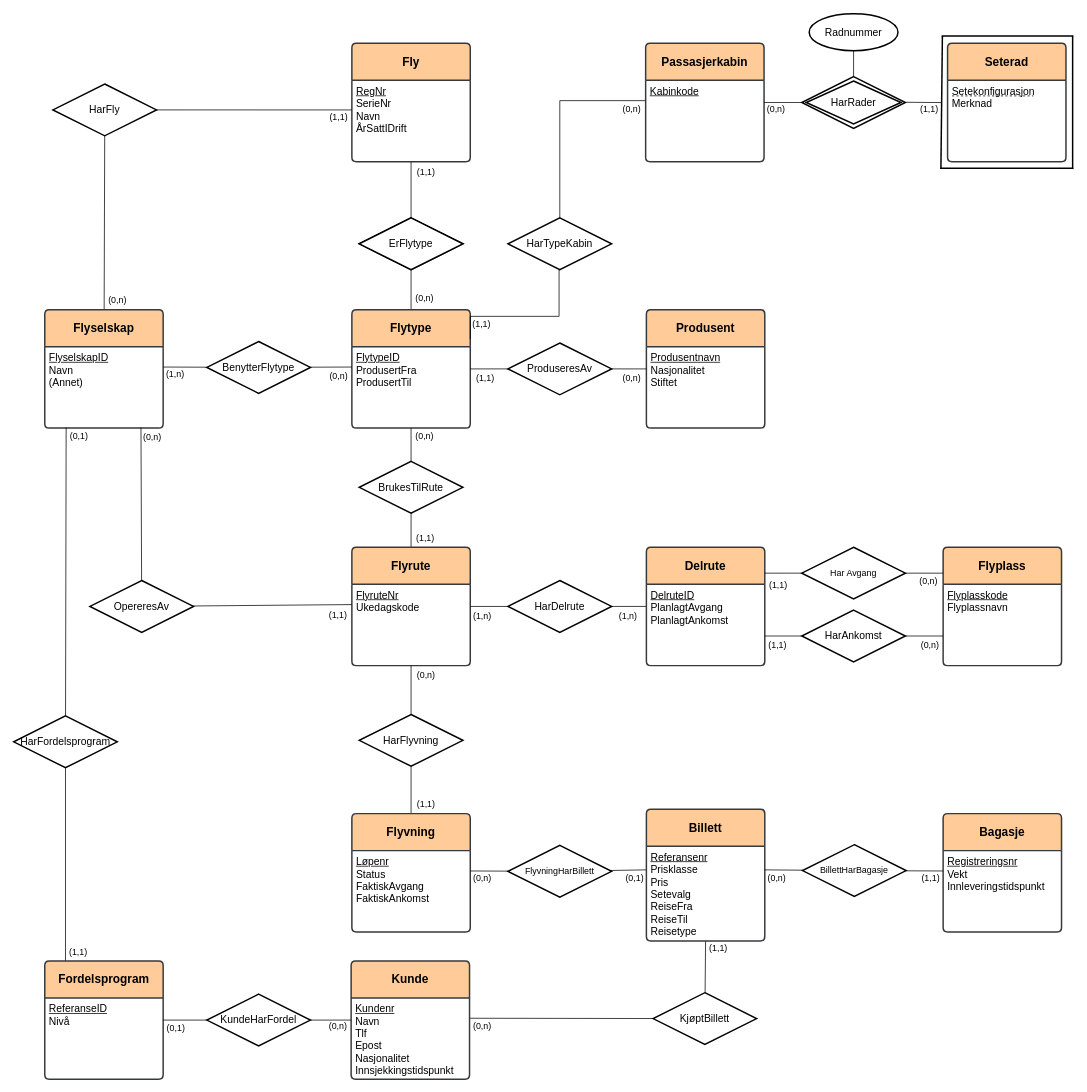
Before: ER-modell_2.drawio in EinarJohannes/TDT4145_project, a draw.io diagram. Source tidied: cells renumbered, new cells numbered last; positions are measured from the earlier drawing's top-left corner, leaving out a move shared by most shapes. Both pictures are drawn from the tidied source at 74%, with x=0, y=0 at pixel (13, 13).
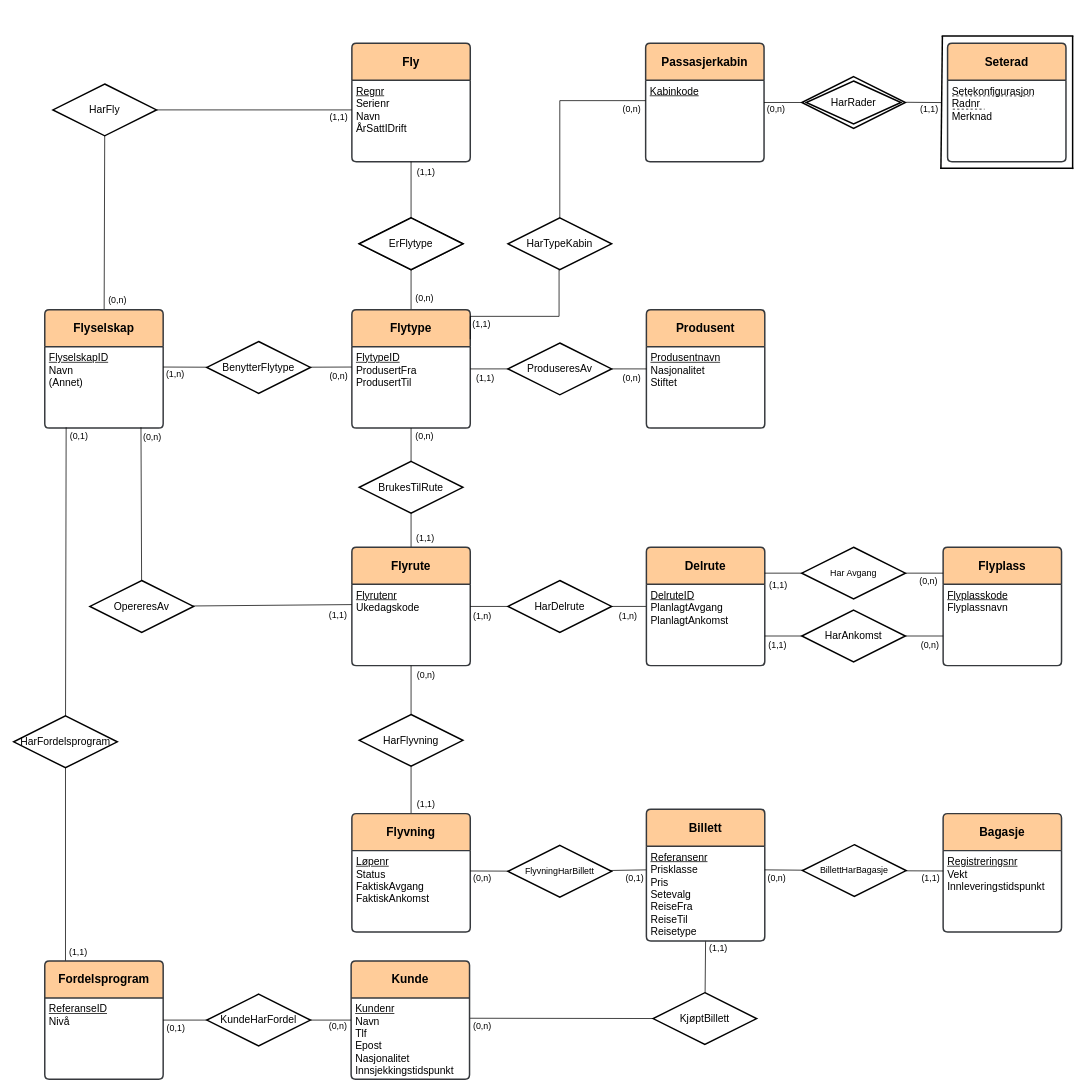
The same diagram, later.

The change refers to these unchanged cells:
```xml
<mxCell id="12" value="&lt;font style=&quot;font-size: 16px;&quot;&gt;&lt;b style=&quot;&quot;&gt;Fly&lt;/b&gt;&lt;/font&gt;" style="swimlane;horizontal=1;startSize=50;rounded=1;fontSize=14;fontStyle=0;strokeWidth=2;shadow=0;dashed=0;align=center;arcSize=4;whiteSpace=wrap;html=1;fillColor=#ffcc99;strokeColor=#36393d;" parent="1" vertex="1">
  <mxGeometry x="457" y="40" width="160" height="160" as="geometry" />
</mxCell>
<mxCell id="25" value="&lt;font style=&quot;font-size: 16px;&quot;&gt;&lt;b style=&quot;&quot;&gt;Flyrute&lt;/b&gt;&lt;/font&gt;" style="swimlane;horizontal=1;startSize=50;rounded=1;fontSize=14;fontStyle=0;strokeWidth=2;shadow=0;dashed=0;align=center;arcSize=4;whiteSpace=wrap;html=1;fillColor=#ffcc99;strokeColor=#36393d;" parent="1" vertex="1">
  <mxGeometry x="457" y="721" width="160" height="160" as="geometry" />
</mxCell>
<mxCell id="80" value="&lt;span style=&quot;font-size: 16px;&quot;&gt;&lt;b&gt;Seterad&lt;/b&gt;&lt;/span&gt;" style="swimlane;horizontal=1;startSize=50;rounded=1;fontSize=14;fontStyle=0;strokeWidth=2;shadow=0;dashed=0;align=center;arcSize=4;whiteSpace=wrap;html=1;fillColor=#ffcc99;strokeColor=#36393d;" parent="1" vertex="1">
  <mxGeometry x="1262" y="40" width="160" height="160" as="geometry" />
</mxCell>
```

Diff of the diagram source:
```diff
@@
-    <mxCell id="13" value="&lt;div style=&quot;&quot;&gt;&lt;span style=&quot;font-size: 14px;&quot;&gt;&lt;u&gt;RegNr&lt;/u&gt;&lt;/span&gt;&lt;/div&gt;&lt;div style=&quot;&quot;&gt;&lt;span style=&quot;font-size: 14px;&quot;&gt;SerieNr&lt;/span&gt;&lt;/div&gt;&lt;div style=&quot;&quot;&gt;&lt;span style=&quot;font-size: 14px;&quot;&gt;Navn&lt;/span&gt;&lt;/div&gt;&lt;div style=&quot;&quot;&gt;&lt;span style=&quot;font-size: 14px;&quot;&gt;ÅrSattIDrift&lt;/span&gt;&lt;/div&gt;" style="align=left;strokeColor=none;fillColor=none;spacingLeft=4;fontSize=12;verticalAlign=top;html=1;" parent="12" vertex="1">
+    <mxCell id="13" value="&lt;div style=&quot;&quot;&gt;&lt;span style=&quot;font-size: 14px;&quot;&gt;&lt;u&gt;Regnr&lt;/u&gt;&lt;/span&gt;&lt;/div&gt;&lt;div style=&quot;&quot;&gt;&lt;span style=&quot;font-size: 14px;&quot;&gt;Serienr&lt;/span&gt;&lt;/div&gt;&lt;div style=&quot;&quot;&gt;&lt;span style=&quot;font-size: 14px;&quot;&gt;Navn&lt;/span&gt;&lt;/div&gt;&lt;div style=&quot;&quot;&gt;&lt;span style=&quot;font-size: 14px;&quot;&gt;ÅrSattIDrift&lt;/span&gt;&lt;/div&gt;" style="align=left;strokeColor=none;fillColor=none;spacingLeft=4;fontSize=12;verticalAlign=top;html=1;" parent="12" vertex="1">
       <mxGeometry y="50" width="160" height="110" as="geometry" />
     </mxCell>
@@
-    <mxCell id="26" value="&lt;div style=&quot;&quot;&gt;&lt;span style=&quot;font-size: 14px;&quot;&gt;&lt;u&gt;FlyruteNr&lt;/u&gt;&lt;/span&gt;&lt;/div&gt;&lt;div style=&quot;&quot;&gt;&lt;span style=&quot;font-size: 14px;&quot;&gt;Ukedagskode&lt;/span&gt;&lt;/div&gt;" style="align=left;strokeColor=none;fillColor=none;spacingLeft=4;fontSize=12;verticalAlign=top;html=1;" parent="25" vertex="1">
+    <mxCell id="26" value="&lt;div style=&quot;&quot;&gt;&lt;span style=&quot;font-size: 14px;&quot;&gt;&lt;u&gt;Flyrutenr&lt;/u&gt;&lt;/span&gt;&lt;/div&gt;&lt;div style=&quot;&quot;&gt;&lt;span style=&quot;font-size: 14px;&quot;&gt;Ukedagskode&lt;/span&gt;&lt;/div&gt;" style="align=left;strokeColor=none;fillColor=none;spacingLeft=4;fontSize=12;verticalAlign=top;html=1;" parent="25" vertex="1">
       <mxGeometry y="50" width="160" height="110" as="geometry" />
     </mxCell>
@@
-    <mxCell id="79" style="edgeStyle=none;html=1;entryX=0.5;entryY=1;entryDx=0;entryDy=0;endArrow=none;endFill=0;" parent="1" edge="1" target="86">
-      <mxGeometry relative="1" as="geometry">
-        <mxPoint x="1135" y="85" as="sourcePoint" />
-      </mxGeometry>
-    </mxCell>
@@
+    <mxCell id="124" style="endArrow=none;dashed=1;html=1;" parent="80" edge="1">
+      <mxGeometry relative="1" as="geometry">
+        <mxPoint x="7" y="89" as="sourcePoint" />
+        <mxPoint x="50" y="89" as="targetPoint" />
+      </mxGeometry>
+    </mxCell>
-    <mxCell id="82" value="&lt;div&gt;&lt;font style=&quot;font-size: 14px;&quot;&gt;Setekonfigurasjon&lt;/font&gt;&lt;/div&gt;&lt;div&gt;&lt;font style=&quot;font-size: 14px;&quot;&gt;Merknad&lt;/font&gt;&lt;/div&gt;" style="align=left;strokeColor=none;fillColor=none;spacingLeft=4;fontSize=12;verticalAlign=top;html=1;" parent="80" vertex="1">
+    <mxCell id="82" value="&lt;div&gt;&lt;font style=&quot;font-size: 14px;&quot;&gt;Setekonfigurasjon&lt;/font&gt;&lt;/div&gt;&lt;div&gt;&lt;span style=&quot;font-size: 14px;&quot;&gt;Radnr&lt;/span&gt;&lt;/div&gt;&lt;div&gt;&lt;font style=&quot;font-size: 14px;&quot;&gt;Merknad&lt;/font&gt;&lt;/div&gt;" style="align=left;strokeColor=none;fillColor=none;spacingLeft=4;fontSize=12;verticalAlign=top;html=1;" parent="80" vertex="1">
       <mxGeometry y="50" width="160" height="110" as="geometry" />
     </mxCell>
@@
-    <mxCell id="86" value="&lt;font style=&quot;font-size: 14px;&quot;&gt;Radnummer&lt;/font&gt;" style="ellipse;whiteSpace=wrap;html=1;align=center;strokeWidth=2;" parent="1" vertex="1">
-      <mxGeometry x="1075" width="120" height="50" as="geometry" />
-    </mxCell>
```
